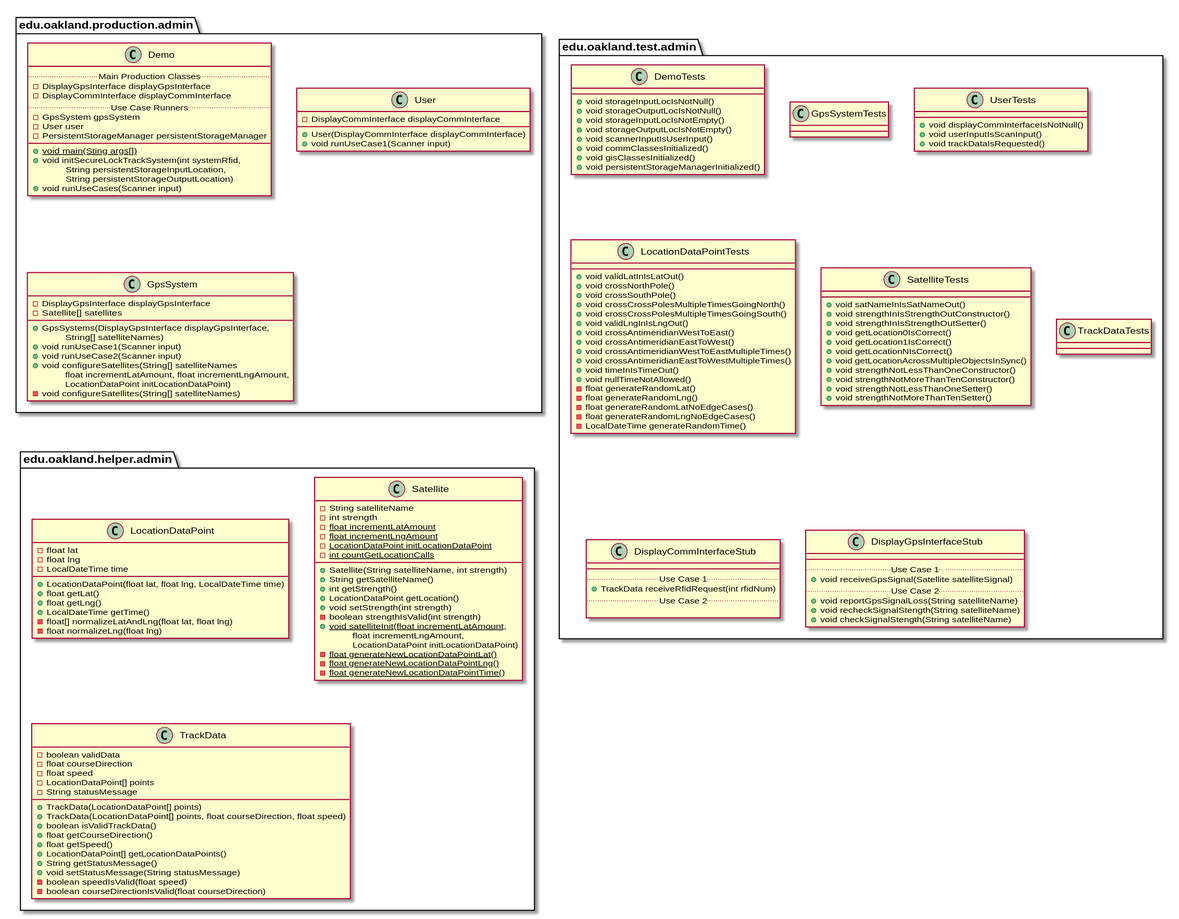
Before: docs/uml-class-diagrams/admin/AdminPackages.svg, a diagram exported from PlantUML (elilley15/csi-3370-software-project).
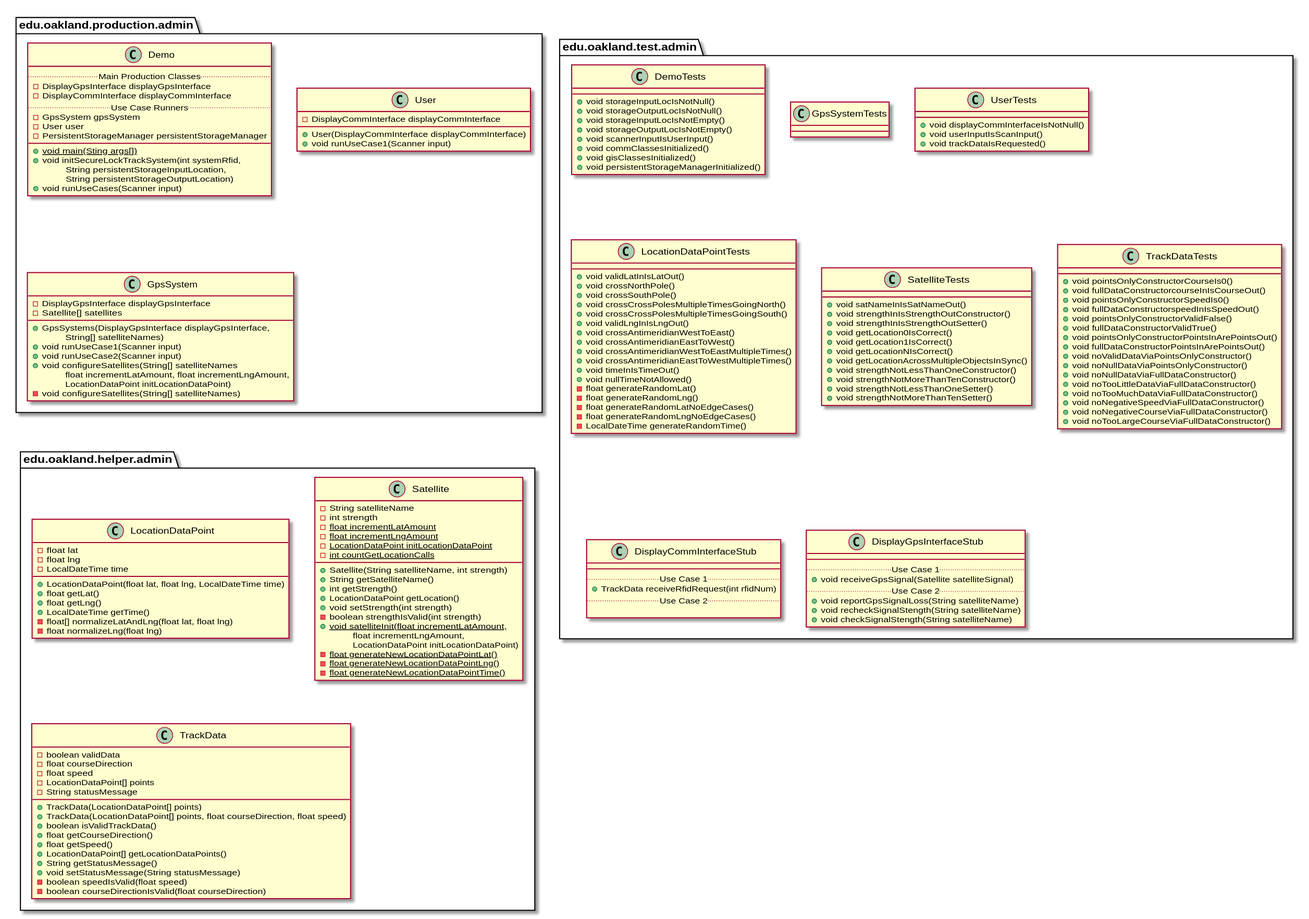
Later version of the same file.

What changed in the source:
```diff
@@ -129,7 +129,22 @@
 
 package edu.oakland.test.admin {
     class TrackDataTests {
-
+        + void pointsOnlyConstructorCourseIs0()
+        + void fullDataConstructorcourseInIsCourseOut()
+        + void pointsOnlyConstructorSpeedIs0()
+        + void fullDataConstructorspeedInIsSpeedOut()
+        + void pointsOnlyConstructorValidFalse()
+        + void fullDataConstructorValidTrue()
+        + void pointsOnlyConstructorPointsInArePointsOut()
+        + void fullDataConstructorPointsInArePointsOut()
+        + void noValidDataViaPointsOnlyConstructor()
+        + void noNullDataViaPointsOnlyConstructor()
+        + void noNullDataViaFullDataConstructor()
+        + void noTooLittleDataViaFullDataConstructor()
+        + void noTooMuchDataViaFullDataConstructor()
+        + void noNegativeSpeedViaFullDataConstructor()
+        + void noNegativeCourseViaFullDataConstructor()
+        + void noTooLargeCourseViaFullDataConstructor()
     }
 }
 
```
